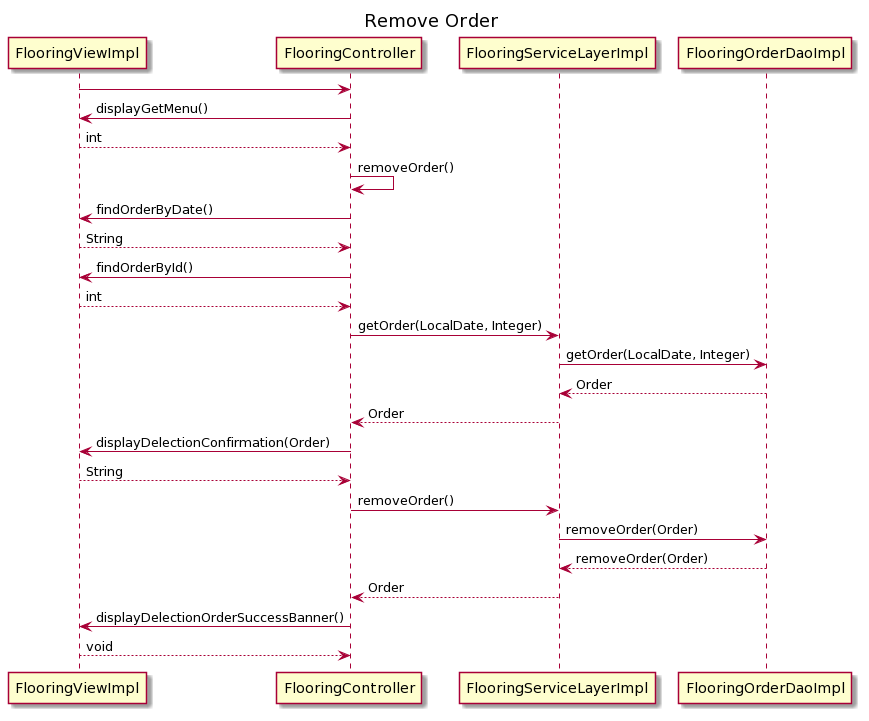
Above: UML/FloorPlanning/FloorPlanningSequenceDiagramRemoveOrder.png in rtdonin/JavaClasswork (PlantUML), before the change. The source it was exported from:
```plantuml
@startuml



Title Remove Order

FlooringViewImpl -> FlooringController
FlooringController -> FlooringViewImpl : displayGetMenu()
FlooringViewImpl --> FlooringController : int
FlooringController -> FlooringController : removeOrder()
FlooringController -> FlooringViewImpl : findOrderByDate()
FlooringViewImpl --> FlooringController : String
FlooringController -> FlooringViewImpl : findOrderById()
FlooringViewImpl --> FlooringController : int
FlooringController -> FlooringServiceLayerImpl : getOrder(LocalDate, Integer)
FlooringServiceLayerImpl -> FlooringOrderDaoImpl : getOrder(LocalDate, Integer)
FlooringOrderDaoImpl --> FlooringServiceLayerImpl : Order
FlooringServiceLayerImpl --> FlooringController : Order
FlooringController -> FlooringViewImpl : displayDelectionConfirmation(Order)
FlooringViewImpl --> FlooringController : String
FlooringController -> FlooringServiceLayerImpl : removeOrder()
FlooringServiceLayerImpl -> FlooringOrderDaoImpl : removeOrder(Order)
FlooringOrderDaoImpl --> FlooringServiceLayerImpl : removeOrder(Order)
FlooringServiceLayerImpl --> FlooringController : Order
FlooringController -> FlooringViewImpl : displayDelectionOrderSuccessBanner()
FlooringViewImpl --> FlooringController : void
@enduml
```
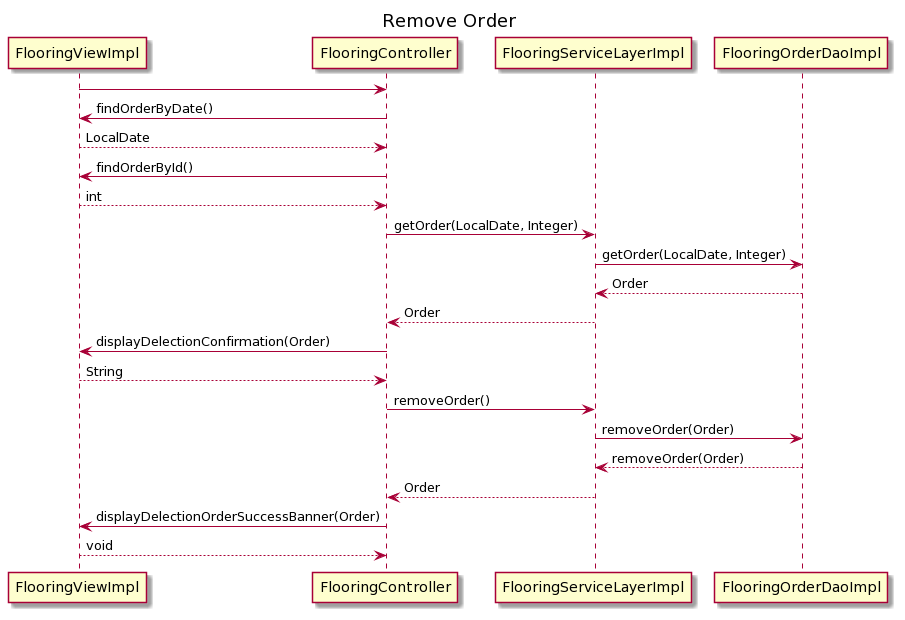
After the change.

Diff of the diagram source:
```diff
@@ -5,11 +5,8 @@
 Title Remove Order
 
 FlooringViewImpl -> FlooringController
-FlooringController -> FlooringViewImpl : displayGetMenu()
-FlooringViewImpl --> FlooringController : int
-FlooringController -> FlooringController : removeOrder()
 FlooringController -> FlooringViewImpl : findOrderByDate()
-FlooringViewImpl --> FlooringController : String
+FlooringViewImpl --> FlooringController : LocalDate
 FlooringController -> FlooringViewImpl : findOrderById()
 FlooringViewImpl --> FlooringController : int
 FlooringController -> FlooringServiceLayerImpl : getOrder(LocalDate, Integer)
@@ -22,6 +19,6 @@
 FlooringServiceLayerImpl -> FlooringOrderDaoImpl : removeOrder(Order)
 FlooringOrderDaoImpl --> FlooringServiceLayerImpl : removeOrder(Order)
 FlooringServiceLayerImpl --> FlooringController : Order
-FlooringController -> FlooringViewImpl : displayDelectionOrderSuccessBanner()
+FlooringController -> FlooringViewImpl : displayDelectionOrderSuccessBanner(Order)
 FlooringViewImpl --> FlooringController : void
 @enduml
```
